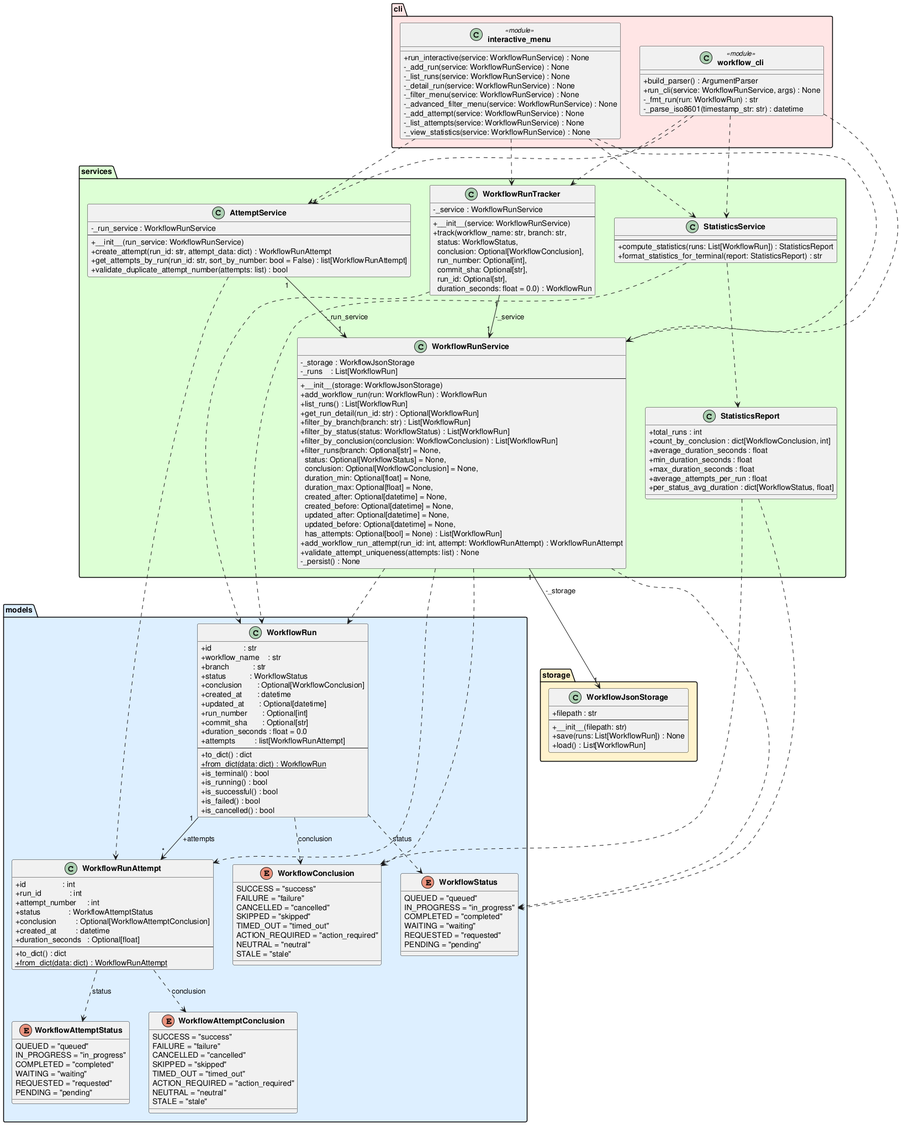
Above: experiments/supervisor_as_tools/user_stories/github-workflow-manager/artifacts/class_diagram.png in DanielRiha8906/Software_autoevolution_using_agents (PlantUML), before the change.
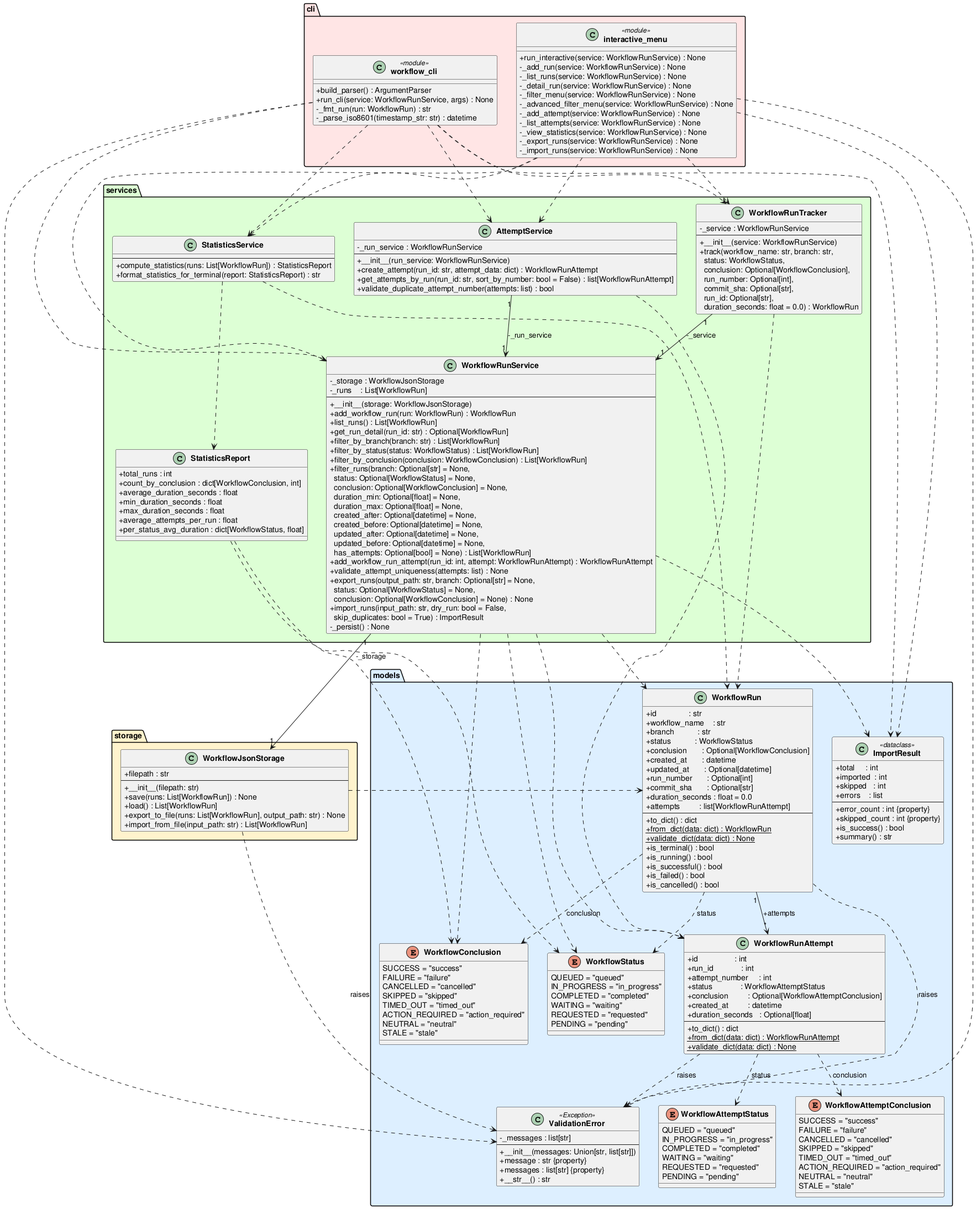
The same file after the commit.

Diff of the diagram source:
```diff
@@ -59,6 +59,7 @@
         --
         +to_dict() : dict
         +{static} from_dict(data: dict) : WorkflowRun
+        +{static} validate_dict(data: dict) : None
         +is_terminal() : bool
         +is_running() : bool
         +is_successful() : bool
@@ -77,6 +78,28 @@
         --
         +to_dict() : dict
         +{static} from_dict(data: dict) : WorkflowRunAttempt
+        +{static} validate_dict(data: dict) : None
+    }
+
+    class ValidationError <<Exception>> {
+        -_messages : list[str]
+        --
+        +__init__(messages: Union[str, list[str]])
+        +message : str {property}
+        +messages : list[str] {property}
+        +__str__() : str
+    }
+
+    class ImportResult <<dataclass>> {
+        +total     : int
+        +imported  : int
+        +skipped   : int
+        +errors    : list
+        --
+        +error_count : int {property}
+        +skipped_count : int {property}
+        +is_success() : bool
+        +summary() : str
     }
 }
 
@@ -87,6 +110,8 @@
         +__init__(filepath: str)
         +save(runs: List[WorkflowRun]) : None
         +load() : List[WorkflowRun]
+        +export_to_file(runs: List[WorkflowRun], output_path: str) : None
+        +import_from_file(input_path: str) : List[WorkflowRun]
     }
 }
 
@@ -114,6 +139,8 @@
         +filter_runs(branch: Optional[str] = None,\n  status: Optional[WorkflowStatus] = None,\n  conclusion: Optional[WorkflowConclusion] = None,\n  duration_min: Optional[float] = None,\n  duration_max: Optional[float] = None,\n  created_after: Optional[datetime] = None,\n  created_before: Optional[datetime] = None,\n  updated_after: Optional[datetime] = None,\n  updated_before: Optional[datetime] = None,\n  has_attempts: Optional[bool] = None) : List[WorkflowRun]
         +add_workflow_run_attempt(run_id: int, attempt: WorkflowRunAttempt) : WorkflowRunAttempt
         +validate_attempt_uniqueness(attempts: list) : None
+        +export_runs(output_path: str, branch: Optional[str] = None,\n  status: Optional[WorkflowStatus] = None,\n  conclusion: Optional[WorkflowConclusion] = None) : None
+        +import_runs(input_path: str, dry_run: bool = False,\n  skip_duplicates: bool = True) : ImportResult
         -_persist() : None
     }
 
@@ -158,19 +185,26 @@
         -_add_attempt(service: WorkflowRunService) : None
         -_list_attempts(service: WorkflowRunService) : None
         -_view_statistics(service: WorkflowRunService) : None
+        -_export_runs(service: WorkflowRunService) : None
+        -_import_runs(service: WorkflowRunService) : None
     }
 }
 
 WorkflowRun                ..>  WorkflowStatus           : status
 WorkflowRun                ..>  WorkflowConclusion       : conclusion
 WorkflowRun            "1" --> "*" WorkflowRunAttempt    : +attempts
+WorkflowRun                ..>  ValidationError          : raises
 WorkflowRunAttempt         ..>  WorkflowAttemptStatus    : status
 WorkflowRunAttempt         ..>  WorkflowAttemptConclusion : conclusion
+WorkflowRunAttempt         ..>  ValidationError          : raises
+WorkflowJsonStorage        ..>  WorkflowRun
+WorkflowJsonStorage        ..>  ValidationError          : raises
 WorkflowRunService    "1" --> "1" WorkflowJsonStorage : -_storage
 WorkflowRunService         ..>  WorkflowRun
 WorkflowRunService         ..>  WorkflowStatus
 WorkflowRunService         ..>  WorkflowConclusion
 WorkflowRunService         ..>  WorkflowRunAttempt
+WorkflowRunService         ..>  ImportResult
 WorkflowRunTracker    "1" --> "1" WorkflowRunService  : -_service
 WorkflowRunTracker         ..>  WorkflowRun
 AttemptService       "1" --> "1" WorkflowRunService  : -_run_service
@@ -183,9 +217,13 @@
 "workflow_cli"             ..>  WorkflowRunTracker
 "workflow_cli"             ..>  AttemptService
 "workflow_cli"             ..>  StatisticsService
+"workflow_cli"             ..>  ImportResult
+"workflow_cli"             ..>  ValidationError
 "interactive_menu"         ..>  WorkflowRunService
 "interactive_menu"         ..>  WorkflowRunTracker
 "interactive_menu"         ..>  AttemptService
 "interactive_menu"         ..>  StatisticsService
+"interactive_menu"         ..>  ImportResult
+"interactive_menu"         ..>  ValidationError
 
 @enduml
```
